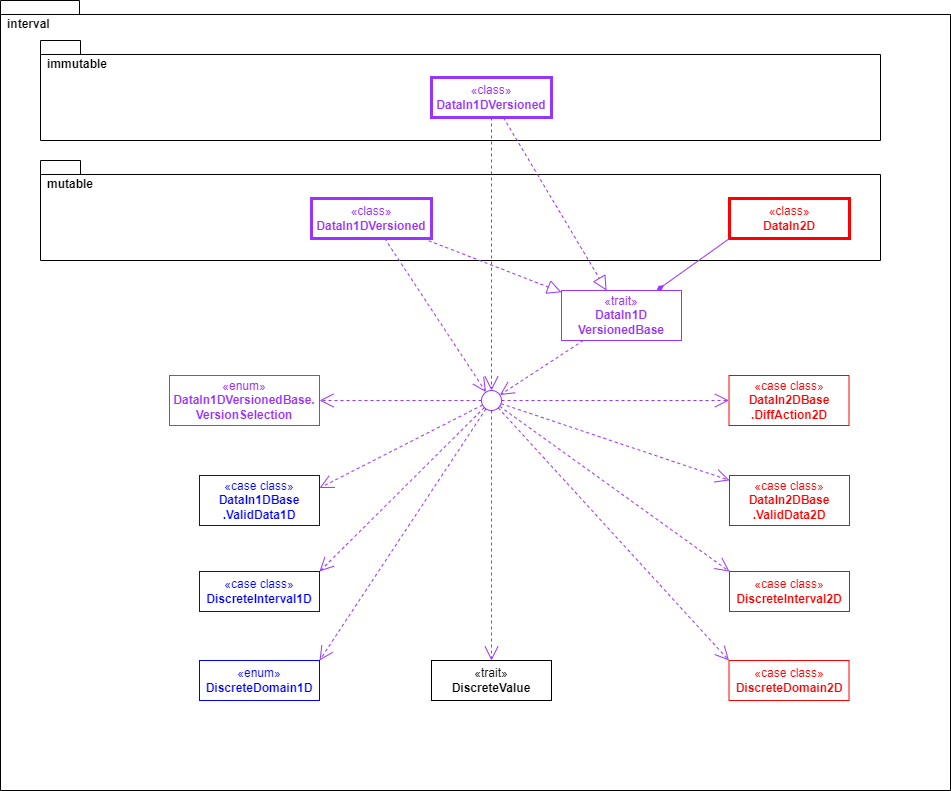
The draw.io diagram doc/intervalidus-versioned.png in rremple/intervalidus, before a commit. Source tidied: cells renumbered, new cells last; positions are measured from the earlier drawing's top-left corner, leaving out a move shared by most shapes.
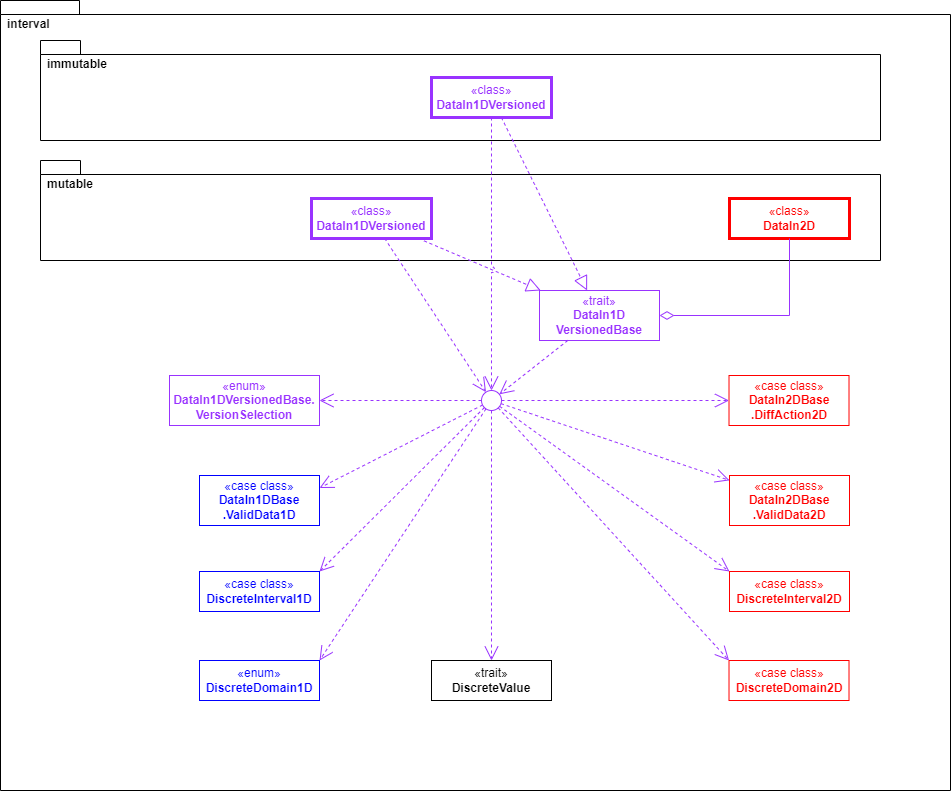
Above is the later version.

The edit, as a diff of the source:
```diff
@@ -41,22 +41,22 @@
     <mxCell id="14" value="&lt;span style=&quot;font-weight: 400;&quot;&gt;«case class»&lt;/span&gt;&lt;div&gt;DataIn2DBase&lt;div&gt;.DiffAction2D&lt;/div&gt;&lt;/div&gt;" style="html=1;whiteSpace=wrap;fontStyle=1;fontColor=#FF0000;strokeColor=#FF0000;" parent="1" vertex="1">
       <mxGeometry x="728.5" y="375" width="120" height="50" as="geometry" />
     </mxCell>
-    <mxCell id="15" style="endArrow=open;endSize=12;dashed=1;html=1;rounded=0;fontStyle=1;strokeColor=#9933FF;fontColor=#9933FF;entryX=1;entryY=0.25;entryDx=0;entryDy=0;" parent="1" edge="1" source="21" target="10">
+    <mxCell id="15" style="endArrow=open;endSize=12;dashed=1;html=1;rounded=0;fontStyle=1;strokeColor=#9933FF;fontColor=#9933FF;entryX=1;entryY=0.25;entryDx=0;entryDy=0;jumpStyle=arc;" parent="1" edge="1" source="21" target="10">
       <mxGeometry relative="1" as="geometry" />
     </mxCell>
-    <mxCell id="16" style="endArrow=open;endSize=12;dashed=1;html=1;rounded=0;fontStyle=1;strokeColor=#9933FF;fontColor=#9933FF;" parent="1" edge="1" source="11" target="21">
+    <mxCell id="16" style="endArrow=open;endSize=12;dashed=1;html=1;rounded=0;fontStyle=1;strokeColor=#9933FF;fontColor=#9933FF;jumpStyle=arc;" parent="1" edge="1" source="11" target="21">
       <mxGeometry relative="1" as="geometry" />
     </mxCell>
     <mxCell id="17" value="&lt;span style=&quot;font-weight: 400;&quot;&gt;«trait»&lt;/span&gt;&lt;div&gt;DataIn1D&lt;br&gt;VersionedBase&lt;/div&gt;" style="html=1;whiteSpace=wrap;fontStyle=1;strokeColor=#9933FF;fontColor=#9933FF;strokeWidth=1;" parent="1" vertex="1">
-      <mxGeometry x="561" y="290" width="120" height="50" as="geometry" />
+      <mxGeometry x="539" y="290" width="120" height="50" as="geometry" />
     </mxCell>
-    <mxCell id="18" style="endArrow=open;endSize=12;dashed=1;html=1;rounded=0;fontStyle=1;strokeColor=#9933FF;fontColor=#9933FF;" parent="1" edge="1" source="17" target="21">
+    <mxCell id="18" style="endArrow=open;endSize=12;dashed=1;html=1;rounded=0;fontStyle=1;strokeColor=#9933FF;fontColor=#9933FF;jumpStyle=arc;" parent="1" edge="1" source="17" target="21">
       <mxGeometry relative="1" as="geometry" />
     </mxCell>
-    <mxCell id="19" style="endArrow=open;endSize=12;dashed=1;html=1;rounded=0;fontStyle=1;strokeColor=#9933FF;fontColor=#9933FF;" parent="1" edge="1" source="21" target="9">
+    <mxCell id="19" style="endArrow=open;endSize=12;dashed=1;html=1;rounded=0;fontStyle=1;strokeColor=#9933FF;fontColor=#9933FF;jumpStyle=arc;" parent="1" edge="1" source="21" target="9">
       <mxGeometry relative="1" as="geometry" />
     </mxCell>
-    <mxCell id="20" style="endArrow=open;endSize=12;dashed=1;html=1;rounded=0;fontStyle=1;strokeColor=#9933FF;fontColor=#9933FF;" parent="1" edge="1" source="21" target="14">
+    <mxCell id="20" style="endArrow=open;endSize=12;dashed=1;html=1;rounded=0;fontStyle=1;strokeColor=#9933FF;fontColor=#9933FF;jumpStyle=arc;" parent="1" edge="1" source="21" target="14">
       <mxGeometry relative="1" as="geometry" />
     </mxCell>
     <mxCell id="21" style="ellipse;whiteSpace=wrap;html=1;strokeColor=#9933FF;" parent="1" vertex="1">
@@ -65,37 +65,37 @@
     <mxCell id="22" value="&lt;span style=&quot;font-weight: 400;&quot;&gt;«enum»&lt;/span&gt;&lt;div&gt;&lt;font style=&quot;font-size: 12px;&quot;&gt;DataIn1DVersionedBase&lt;/font&gt;.&lt;br&gt;VersionSelection&lt;/div&gt;" style="html=1;whiteSpace=wrap;fontStyle=1;strokeColor=#9933FF;fontColor=#9933FF;strokeWidth=1;" parent="1" vertex="1">
       <mxGeometry x="169" y="375" width="150" height="50" as="geometry" />
     </mxCell>
-    <mxCell id="23" style="endArrow=open;endSize=12;dashed=1;html=1;rounded=0;fontStyle=1;strokeColor=#9933FF;fontColor=#9933FF;" parent="1" edge="1" source="21" target="22">
+    <mxCell id="23" style="endArrow=open;endSize=12;dashed=1;html=1;rounded=0;fontStyle=1;strokeColor=#9933FF;fontColor=#9933FF;jumpStyle=arc;" parent="1" edge="1" source="21" target="22">
       <mxGeometry relative="1" as="geometry" />
     </mxCell>
-    <mxCell id="24" style="endArrow=block;dashed=1;endFill=0;endSize=12;html=1;rounded=0;strokeColor=#9933FF;fontColor=#0000FF;" parent="1" edge="1" source="11" target="17">
+    <mxCell id="24" style="endArrow=block;dashed=1;endFill=0;endSize=12;html=1;rounded=0;strokeColor=#9933FF;fontColor=#0000FF;jumpStyle=arc;" parent="1" edge="1" source="11" target="17">
       <mxGeometry relative="1" as="geometry" />
     </mxCell>
-    <mxCell id="25" style="endArrow=none;endSize=12;html=1;rounded=0;fontStyle=1;strokeColor=#9933FF;fontColor=#9933FF;entryX=0;entryY=1;entryDx=0;entryDy=0;startArrow=diamondThin;startFill=1;endFill=0;strokeWidth=1;targetPerimeterSpacing=0;sourcePerimeterSpacing=0;" parent="1" edge="1" source="17" target="12">
+    <mxCell id="25" style="endArrow=none;endSize=12;html=1;rounded=0;fontStyle=1;strokeColor=#9933FF;fontColor=#9933FF;startArrow=diamondThin;startFill=0;endFill=0;strokeWidth=1;targetPerimeterSpacing=0;sourcePerimeterSpacing=0;jumpStyle=arc;edgeStyle=orthogonalEdgeStyle;startSize=12;" parent="1" edge="1" source="17" target="12">
       <mxGeometry relative="1" as="geometry" />
     </mxCell>
-    <mxCell id="26" style="endArrow=open;endSize=12;dashed=1;html=1;rounded=0;fontStyle=1;strokeColor=#9933FF;fontColor=#9933FF;entryX=1;entryY=0;entryDx=0;entryDy=0;" parent="1" edge="1" source="21" target="4">
+    <mxCell id="26" style="endArrow=open;endSize=12;dashed=1;html=1;rounded=0;fontStyle=1;strokeColor=#9933FF;fontColor=#9933FF;entryX=1;entryY=0;entryDx=0;entryDy=0;jumpStyle=arc;" parent="1" edge="1" source="21" target="4">
       <mxGeometry relative="1" as="geometry" />
     </mxCell>
-    <mxCell id="27" style="endArrow=open;endSize=12;dashed=1;html=1;rounded=0;fontStyle=1;strokeColor=#9933FF;fontColor=#9933FF;" parent="1" edge="1" source="21" target="5">
+    <mxCell id="27" style="endArrow=open;endSize=12;dashed=1;html=1;rounded=0;fontStyle=1;strokeColor=#9933FF;fontColor=#9933FF;jumpStyle=arc;" parent="1" edge="1" source="21" target="5">
       <mxGeometry relative="1" as="geometry" />
     </mxCell>
-    <mxCell id="28" style="endArrow=open;endSize=12;dashed=1;html=1;rounded=0;fontStyle=1;strokeColor=#9933FF;fontColor=#9933FF;entryX=1;entryY=0;entryDx=0;entryDy=0;" parent="1" edge="1" source="21" target="7">
+    <mxCell id="28" style="endArrow=open;endSize=12;dashed=1;html=1;rounded=0;fontStyle=1;strokeColor=#9933FF;fontColor=#9933FF;entryX=1;entryY=0;entryDx=0;entryDy=0;jumpStyle=arc;" parent="1" edge="1" source="21" target="7">
       <mxGeometry relative="1" as="geometry" />
     </mxCell>
-    <mxCell id="29" style="endArrow=open;endSize=12;dashed=1;html=1;rounded=0;fontStyle=1;strokeColor=#9933FF;fontColor=#9933FF;entryX=0;entryY=0;entryDx=0;entryDy=0;" parent="1" edge="1" source="21" target="8">
+    <mxCell id="29" style="endArrow=open;endSize=12;dashed=1;html=1;rounded=0;fontStyle=1;strokeColor=#9933FF;fontColor=#9933FF;entryX=0;entryY=0;entryDx=0;entryDy=0;jumpStyle=arc;" parent="1" edge="1" source="21" target="8">
       <mxGeometry relative="1" as="geometry" />
     </mxCell>
-    <mxCell id="30" style="endArrow=open;endSize=12;dashed=1;html=1;rounded=0;fontStyle=1;strokeColor=#9933FF;fontColor=#9933FF;entryX=0;entryY=0;entryDx=0;entryDy=0;" parent="1" edge="1" source="21" target="6">
+    <mxCell id="30" style="endArrow=open;endSize=12;dashed=1;html=1;rounded=0;fontStyle=1;strokeColor=#9933FF;fontColor=#9933FF;entryX=0;entryY=0;entryDx=0;entryDy=0;jumpStyle=arc;" parent="1" edge="1" source="21" target="6">
       <mxGeometry relative="1" as="geometry" />
     </mxCell>
     <mxCell id="31" value="&lt;span style=&quot;font-weight: 400;&quot;&gt;«class»&lt;/span&gt;&lt;div&gt;DataIn1DVersioned&lt;/div&gt;" style="html=1;whiteSpace=wrap;fontStyle=1;strokeColor=#9933FF;fontColor=#9933FF;strokeWidth=3;" parent="1" vertex="1">
       <mxGeometry x="431" y="77" width="120" height="40" as="geometry" />
     </mxCell>
-    <mxCell id="32" style="endArrow=block;dashed=1;endFill=0;endSize=12;html=1;rounded=0;strokeColor=#9933FF;fontColor=#0000FF;" parent="1" edge="1" source="31" target="17">
+    <mxCell id="32" style="endArrow=block;dashed=1;endFill=0;endSize=12;html=1;rounded=0;strokeColor=#9933FF;fontColor=#0000FF;jumpStyle=arc;" parent="1" edge="1" source="31" target="17">
       <mxGeometry relative="1" as="geometry" />
     </mxCell>
-    <mxCell id="33" style="endArrow=open;endSize=12;dashed=1;html=1;rounded=0;fontStyle=1;strokeColor=#9933FF;fontColor=#9933FF;" parent="1" edge="1" source="31" target="21">
+    <mxCell id="33" style="endArrow=open;endSize=12;dashed=1;html=1;rounded=0;fontStyle=1;strokeColor=#9933FF;fontColor=#9933FF;jumpStyle=arc;" parent="1" edge="1" source="31" target="21">
       <mxGeometry relative="1" as="geometry" />
     </mxCell>
   </root>
```
